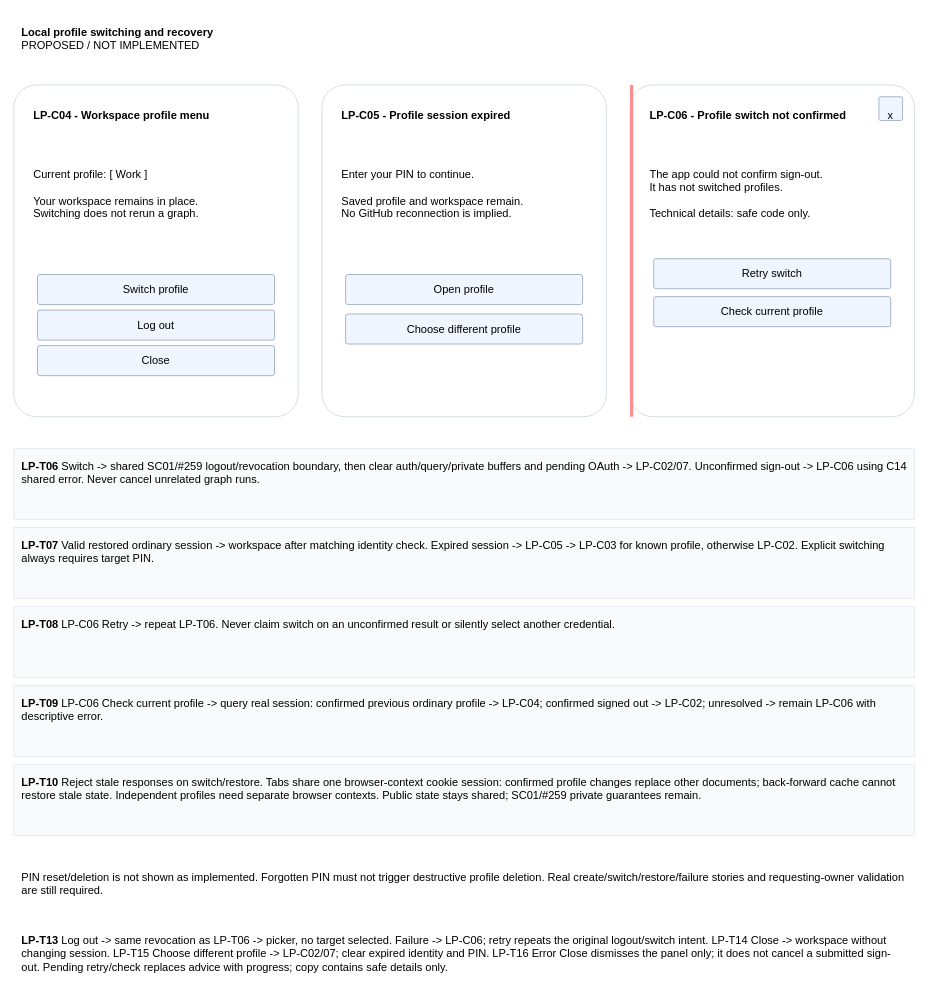
Earlier version of the draw.io diagram page "Switching and session recovery" (2 of 2) of projects/laomedo/subsystems/agent-execution/design/local-profiles.drawio (amadou-6e/specs). Source tidied: cells renumbered, new cells numbered last; positions are measured from the earlier drawing's top-left corner, leaving out a move shared by most shapes. Both pictures are drawn from the tidied source at 79%, with x=0, y=0 at pixel (13, 13).
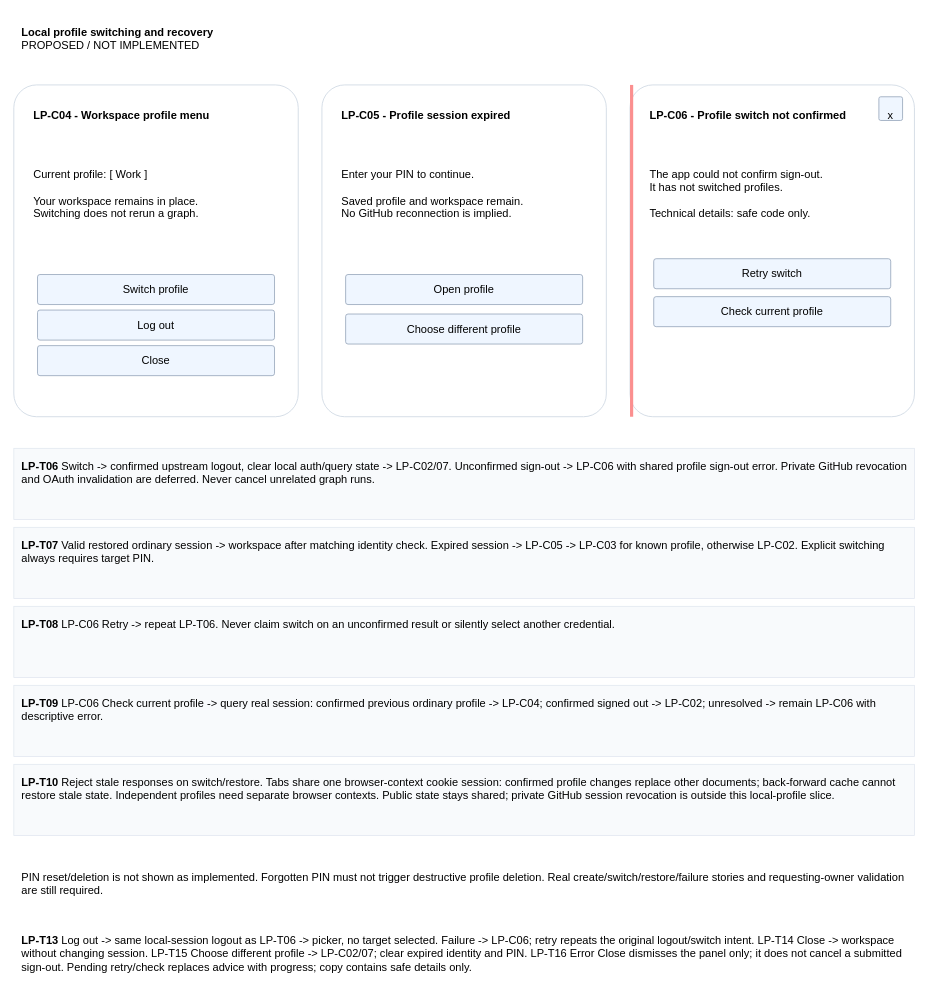
The same diagram, later.

Commit message (it also covers changes not shown here):
Separate local logout scope and clarify profile entry presentation

Diff of the diagram source:
```diff
@@
-    <mxCell id="17" value="&lt;b&gt;LP-T06&lt;/b&gt; Switch -&gt; shared SC01/#259 logout/revocation boundary, then clear auth/query/private buffers and pending OAuth -&gt; LP-C02/07. Unconfirmed sign-out -&gt; LP-C06 using C14 shared error. Never cancel unrelated graph runs." style="whiteSpace=wrap;html=1;fontFamily=Arial;fontSize=14;align=left;verticalAlign=top;spacing=10;fillColor=#F8FAFC;strokeColor=#E2E8F0;" parent="1" vertex="1">
+    <mxCell id="17" value="&lt;b&gt;LP-T06&lt;/b&gt; Switch -&gt; confirmed upstream logout, clear local auth/query state -&gt; LP-C02/07. Unconfirmed sign-out -&gt; LP-C06 with shared profile sign-out error. Private GitHub revocation and OAuth invalidation are deferred. Never cancel unrelated graph runs." style="whiteSpace=wrap;html=1;fontFamily=Arial;fontSize=14;align=left;verticalAlign=top;spacing=10;fillColor=#F8FAFC;strokeColor=#E2E8F0;" parent="1" vertex="1">
       <mxGeometry y="550" width="1140" height="90" as="geometry" />
     </mxCell>
@@
-    <mxCell id="21" value="&lt;b&gt;LP-T10&lt;/b&gt; Reject stale responses on switch/restore. Tabs share one browser-context cookie session: confirmed profile changes replace other documents; back-forward cache cannot restore stale state. Independent profiles need separate browser contexts. Public state stays shared; SC01/#259 private guarantees remain." style="whiteSpace=wrap;html=1;fontFamily=Arial;fontSize=14;align=left;verticalAlign=top;spacing=10;fillColor=#F8FAFC;strokeColor=#E2E8F0;" parent="1" vertex="1">
+    <mxCell id="21" value="&lt;b&gt;LP-T10&lt;/b&gt; Reject stale responses on switch/restore. Tabs share one browser-context cookie session: confirmed profile changes replace other documents; back-forward cache cannot restore stale state. Independent profiles need separate browser contexts. Public state stays shared; private GitHub session revocation is outside this local-profile slice." style="whiteSpace=wrap;html=1;fontFamily=Arial;fontSize=14;align=left;verticalAlign=top;spacing=10;fillColor=#F8FAFC;strokeColor=#E2E8F0;" parent="1" vertex="1">
       <mxGeometry y="950" width="1140" height="90" as="geometry" />
     </mxCell>
@@
-    <mxCell id="26" value="&lt;b&gt;LP-T13&lt;/b&gt; Log out -&gt; same revocation as LP-T06 -&gt; picker, no target selected. Failure -&gt; LP-C06; retry repeats the original logout/switch intent. LP-T14 Close -&gt; workspace without changing session. LP-T15 Choose different profile -&gt; LP-C02/07; clear expired identity and PIN. LP-T16 Error Close dismisses the panel only; it does not cancel a submitted sign-out. Pending retry/check replaces advice with progress; copy contains safe details only." style="whiteSpace=wrap;html=1;fontFamily=Arial;fontSize=14;align=left;verticalAlign=top;spacing=10;fillColor=none;strokeColor=none;" parent="1" vertex="1">
+    <mxCell id="26" value="&lt;b&gt;LP-T13&lt;/b&gt; Log out -&gt; same local-session logout as LP-T06 -&gt; picker, no target selected. Failure -&gt; LP-C06; retry repeats the original logout/switch intent. LP-T14 Close -&gt; workspace without changing session. LP-T15 Choose different profile -&gt; LP-C02/07; clear expired identity and PIN. LP-T16 Error Close dismisses the panel only; it does not cancel a submitted sign-out. Pending retry/check replaces advice with progress; copy contains safe details only." style="whiteSpace=wrap;html=1;fontFamily=Arial;fontSize=14;align=left;verticalAlign=top;spacing=10;fillColor=none;strokeColor=none;" parent="1" vertex="1">
       <mxGeometry y="1150" width="1140" height="85" as="geometry" />
     </mxCell>
```
